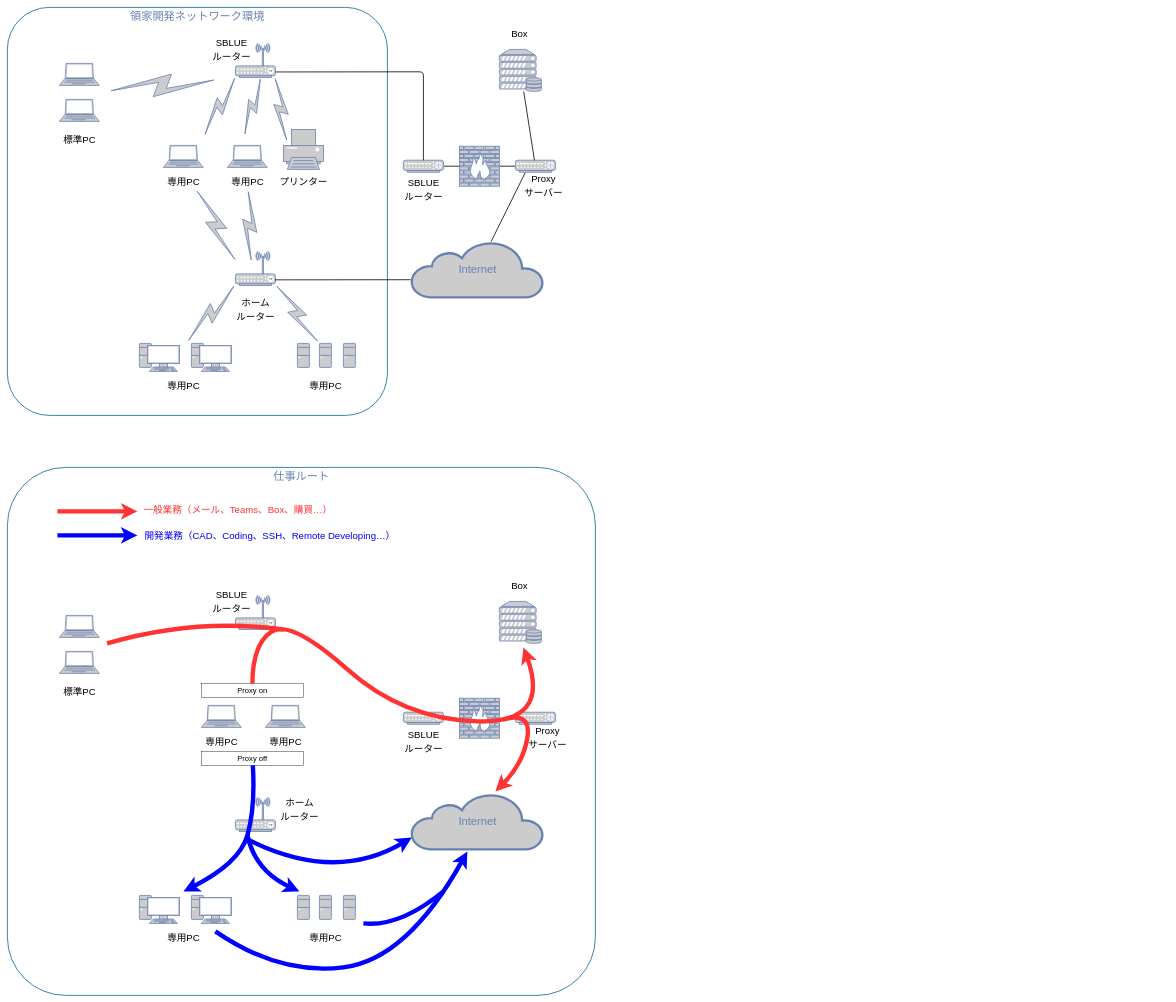
Shuiiku20/My-Project keeps this draw.io diagram as ネットワーク環境.drawio. Above is the earlier version. Source tidied: cells renumbered, new cells numbered last; positions are measured from the earlier drawing's top-left corner, leaving out a move shared by most shapes. Both pictures are drawn from the tidied source at 40%, with x=0, y=0 at pixel (7, 7).
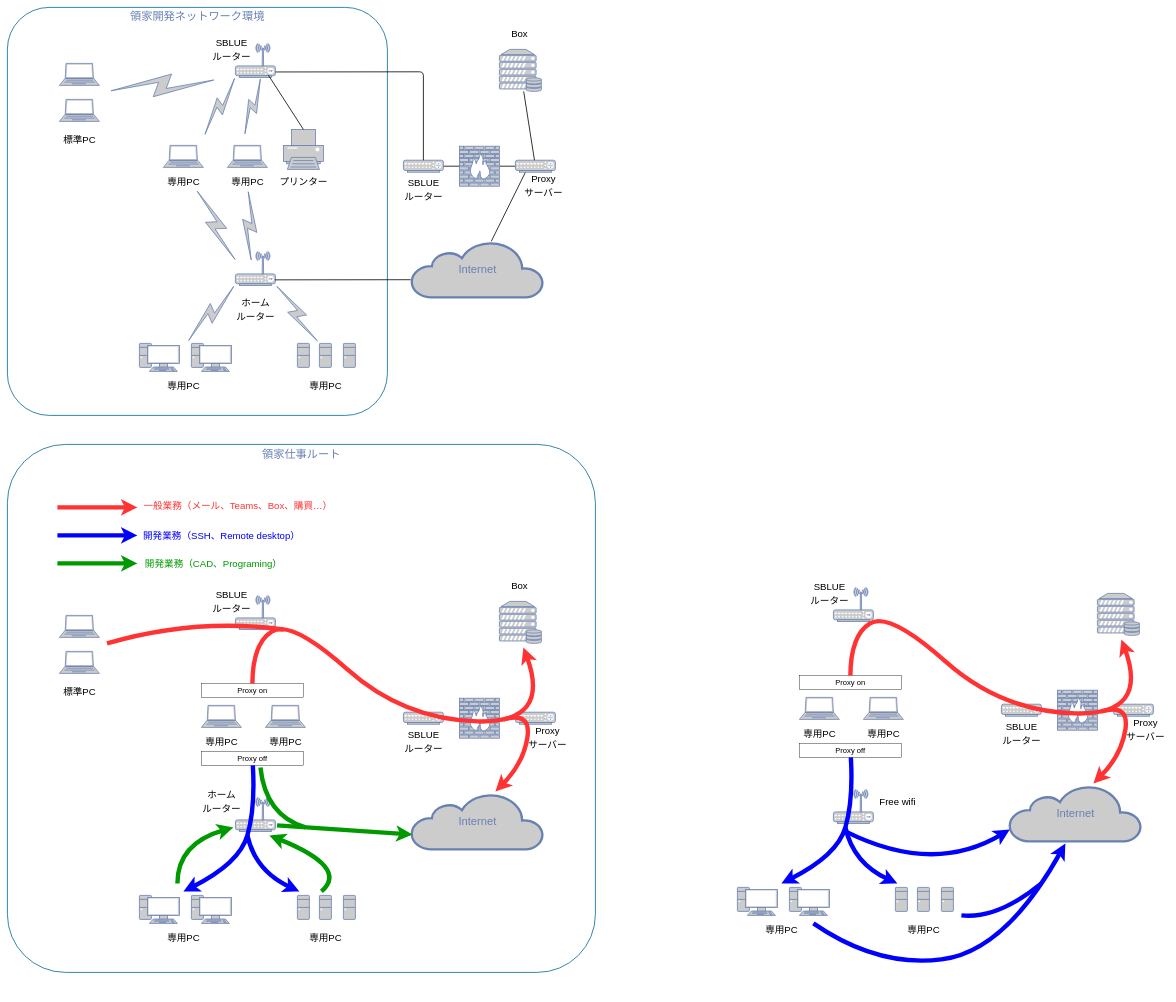
Above is the later version.

Commit message:
ネットワーク環境.drawio を更新します

Unchanged cells that the change refers to:
```xml
<mxCell id="8" style="fontColor=#0066CC;verticalAlign=top;verticalLabelPosition=bottom;labelPosition=center;align=center;html=1;fillColor=#CCCCCC;strokeColor=#6881B3;gradientColor=none;gradientDirection=north;strokeWidth=2;shape=mxgraph.networks.printer;rounded=0;shadow=0;comic=0;" parent="1" vertex="1">
  <mxGeometry x="690" y="305" width="100" height="100" as="geometry" />
</mxCell>
<mxCell id="9" style="fontColor=#0066CC;verticalAlign=top;verticalLabelPosition=bottom;labelPosition=center;align=center;html=1;fillColor=#CCCCCC;strokeColor=#6881B3;gradientColor=none;gradientDirection=north;strokeWidth=2;shape=mxgraph.networks.wireless_hub;rounded=0;shadow=0;comic=0;" parent="1" vertex="1">
  <mxGeometry x="570" y="90" width="100" height="85" as="geometry" />
</mxCell>
<mxCell id="49" style="fontColor=#0066CC;verticalAlign=top;verticalLabelPosition=bottom;labelPosition=center;align=center;html=1;fillColor=#CCCCCC;strokeColor=#6881B3;gradientColor=none;gradientDirection=north;strokeWidth=2;shape=mxgraph.networks.wireless_hub;rounded=0;shadow=0;comic=0;" parent="1" vertex="1">
  <mxGeometry x="570" y="1975" width="100" height="85" as="geometry" />
</mxCell>
<mxCell id="50" value="Internet" style="html=1;fillColor=#CCCCCC;strokeColor=#6881B3;gradientColor=none;gradientDirection=north;strokeWidth=2;shape=mxgraph.networks.cloud;fontColor=#6881B3;rounded=0;shadow=0;comic=0;align=center;fontSize=28;" parent="1" vertex="1">
  <mxGeometry x="1010" y="1965" width="330" height="140" as="geometry" />
</mxCell>
<mxCell id="73" value="&lt;font style=&quot;font-size: 19px;&quot;&gt;Proxy off&lt;/font&gt;" style="rounded=0;whiteSpace=wrap;html=1;" parent="1" vertex="1">
  <mxGeometry x="485" y="1860" width="255" height="35" as="geometry" />
</mxCell>
<mxCell id="84" style="endArrow=classic;html=1;rounded=0;strokeWidth=11;strokeColor=#0000FF;" parent="1" edge="1">
  <mxGeometry relative="1" as="geometry">
    <mxPoint x="125" y="1320" as="sourcePoint" />
    <mxPoint x="325" y="1320" as="targetPoint" />
  </mxGeometry>
</mxCell>
```

Diff of the diagram source:
```diff
@@
-    <mxCell id="2" value="仕事ルート" style="rounded=1;whiteSpace=wrap;html=1;shadow=0;comic=0;strokeColor=#036897;strokeWidth=2;fillColor=none;fontFamily=Verdana;fontSize=28;fontColor=#6881B3;align=center;arcSize=11;verticalAlign=top;" parent="1" vertex="1">
-      <mxGeometry y="1150" width="1470" height="1320" as="geometry" />
+    <mxCell id="2" value="領家仕事ルート" style="rounded=1;whiteSpace=wrap;html=1;shadow=0;comic=0;strokeColor=#036897;strokeWidth=2;fillColor=none;fontFamily=Verdana;fontSize=28;fontColor=#6881B3;align=center;arcSize=11;verticalAlign=top;" parent="1" vertex="1">
+      <mxGeometry y="1092.5" width="1470" height="1320" as="geometry" />
     </mxCell>
@@
-    <mxCell id="18" style="html=1;outlineConnect=0;fillColor=#CCCCCC;strokeColor=#6881B3;gradientColor=none;gradientDirection=north;strokeWidth=2;shape=mxgraph.networks.comm_link_edge;html=1;rounded=0;entryX=0.98;entryY=0.94;entryDx=0;entryDy=0;entryPerimeter=0;exitX=0.1;exitY=0.35;exitDx=0;exitDy=0;exitPerimeter=0;" parent="1" edge="1" source="8" target="9">
-      <mxGeometry relative="1" as="geometry">
-        <Array as="points">
-          <mxPoint x="668.3" y="280" />
-        </Array>
-      </mxGeometry>
-    </mxCell>
@@
     <mxCell id="60" value="&lt;p style=&quot;line-height: 50%;&quot;&gt;&lt;span style=&quot;background-color: initial;&quot;&gt;ホーム&lt;/span&gt;&lt;/p&gt;&lt;p style=&quot;line-height: 50%;&quot;&gt;&lt;span style=&quot;background-color: initial;&quot;&gt;ルーター&lt;/span&gt;&lt;/p&gt;" style="text;html=1;align=center;verticalAlign=middle;strokeColor=none;fillColor=none;fontSize=24;" parent="1" vertex="1">
-      <mxGeometry x="670" y="1950" width="120" height="110" as="geometry" />
+      <mxGeometry x="475" y="1930" width="120" height="110" as="geometry" />
     </mxCell>
@@
-    <mxCell id="78" style="curved=1;endArrow=classic;html=1;rounded=0;fontSize=12;textShadow=0;labelBorderColor=none;fillColor=#f8cecc;strokeColor=#0000FF;strokeWidth=11;" parent="1" edge="1">
-      <mxGeometry relative="1" as="geometry">
-        <mxPoint x="520" y="2310" as="sourcePoint" />
-        <mxPoint x="1150" y="2110" as="targetPoint" />
-        <Array as="points">
-          <mxPoint x="680" y="2420" />
-          <mxPoint x="1000" y="2380" />
-        </Array>
-      </mxGeometry>
-    </mxCell>
-    <mxCell id="79" style="curved=1;endArrow=none;html=1;rounded=0;fontSize=12;textShadow=0;labelBorderColor=none;fillColor=#f8cecc;strokeColor=#0000FF;strokeWidth=11;endFill=0;" parent="1" edge="1">
+    <mxCell id="79" style="curved=1;endArrow=classic;html=1;rounded=0;fontSize=12;textShadow=0;labelBorderColor=none;fillColor=#f8cecc;strokeColor=#009900;strokeWidth=11;endFill=1;" parent="1" edge="1">
       <mxGeometry relative="1" as="geometry">
-        <mxPoint x="890" y="2290" as="sourcePoint" />
-        <mxPoint x="1090" y="2210" as="targetPoint" />
+        <mxPoint x="785" y="2210" as="sourcePoint" />
+        <mxPoint x="655" y="2070" as="targetPoint" />
         <Array as="points">
-          <mxPoint x="980" y="2300" />
+          <mxPoint x="855" y="2150" />
         </Array>
       </mxGeometry>
     </mxCell>
-    <mxCell id="80" style="curved=1;endArrow=classic;html=1;rounded=0;fontSize=12;textShadow=0;labelBorderColor=none;fillColor=#f8cecc;strokeColor=#0000FF;strokeWidth=11;entryX=0.003;entryY=0.789;entryDx=0;entryDy=0;entryPerimeter=0;" parent="1" edge="1" target="50">
+    <mxCell id="80" style="curved=1;endArrow=none;html=1;rounded=0;fontSize=12;textShadow=0;labelBorderColor=none;fillColor=#f8cecc;strokeColor=#009900;strokeWidth=11;exitX=0.579;exitY=1.149;exitDx=0;exitDy=0;exitPerimeter=0;endFill=0;" parent="1" edge="1" source="73">
       <mxGeometry relative="1" as="geometry">
-        <mxPoint x="600" y="2080" as="sourcePoint" />
+        <mxPoint x="745" y="2050" as="targetPoint" />
         <Array as="points">
-          <mxPoint x="820" y="2190" />
+          <mxPoint x="645" y="2020" />
         </Array>
       </mxGeometry>
     </mxCell>
@@
     <mxCell id="82" style="endArrow=classic;html=1;rounded=0;strokeWidth=11;strokeColor=#FF3333;" parent="1" edge="1">
       <mxGeometry relative="1" as="geometry">
-        <mxPoint x="125" y="1260" as="sourcePoint" />
-        <mxPoint x="325" y="1260" as="targetPoint" />
+        <mxPoint x="125" y="1250" as="sourcePoint" />
+        <mxPoint x="325" y="1250" as="targetPoint" />
       </mxGeometry>
     </mxCell>
@@
-    <mxCell id="85" value="&lt;font color=&quot;#0000ff&quot; style=&quot;font-size: 24px;&quot;&gt;開発業務（CAD、Coding、SSH、Remote Developing…）&lt;/font&gt;" style="edgeLabel;html=1;align=center;verticalAlign=middle;" parent="84" vertex="1">
+    <mxCell id="85" value="&lt;font color=&quot;#0000ff&quot; style=&quot;font-size: 24px;&quot;&gt;開発業務（SSH、Remote desktop）&lt;/font&gt;" style="edgeLabel;html=1;align=center;verticalAlign=middle;" parent="84" vertex="1">
       <mxGeometry x="0.16" y="7" relative="1" as="geometry">
-        <mxPoint x="414" y="7" as="offset" />
+        <mxPoint x="293" y="7" as="offset" />
       </mxGeometry>
     </mxCell>
+    <mxCell id="18" style="edgeStyle=none;html=1;labelBackgroundColor=none;endArrow=none;endFill=0;strokeWidth=2;fontFamily=Verdana;fontSize=28;fontColor=#6881B3;exitX=0.5;exitY=0;exitDx=0;exitDy=0;exitPerimeter=0;entryX=0.825;entryY=0.935;entryDx=0;entryDy=0;entryPerimeter=0;" parent="1" edge="1" source="8" target="9">
+      <mxGeometry relative="1" as="geometry" />
+    </mxCell>
+    <mxCell id="86" style="fontColor=#0066CC;verticalAlign=top;verticalLabelPosition=bottom;labelPosition=center;align=center;html=1;fillColor=#CCCCCC;strokeColor=#6881B3;gradientColor=none;gradientDirection=north;strokeWidth=2;shape=mxgraph.networks.firewall;rounded=0;shadow=0;comic=0;" parent="1" vertex="1">
+      <mxGeometry x="2625" y="1707" width="100" height="100" as="geometry" />
+    </mxCell>
+    <mxCell id="87" style="fontColor=#0066CC;verticalAlign=top;verticalLabelPosition=bottom;labelPosition=center;align=center;html=1;fillColor=#CCCCCC;strokeColor=#6881B3;gradientColor=none;gradientDirection=north;strokeWidth=2;shape=mxgraph.networks.router;rounded=0;shadow=0;comic=0;" parent="1" vertex="1">
+      <mxGeometry x="2485" y="1742" width="100" height="30" as="geometry" />
+    </mxCell>
+    <mxCell id="88" style="fontColor=#0066CC;verticalAlign=top;verticalLabelPosition=bottom;labelPosition=center;align=center;html=1;fillColor=#CCCCCC;strokeColor=#6881B3;gradientColor=none;gradientDirection=north;strokeWidth=2;shape=mxgraph.networks.wireless_hub;rounded=0;shadow=0;comic=0;" parent="1" vertex="1">
+      <mxGeometry x="2065" y="1450" width="100" height="85" as="geometry" />
+    </mxCell>
+    <mxCell id="89" style="fontColor=#0066CC;verticalAlign=top;verticalLabelPosition=bottom;labelPosition=center;align=center;html=1;fillColor=#CCCCCC;strokeColor=#6881B3;gradientColor=none;gradientDirection=north;strokeWidth=2;shape=mxgraph.networks.wireless_hub;rounded=0;shadow=0;comic=0;" parent="1" vertex="1">
+      <mxGeometry x="2065" y="1955" width="100" height="85" as="geometry" />
+    </mxCell>
+    <mxCell id="90" value="Internet" style="html=1;fillColor=#CCCCCC;strokeColor=#6881B3;gradientColor=none;gradientDirection=north;strokeWidth=2;shape=mxgraph.networks.cloud;fontColor=#6881B3;rounded=0;shadow=0;comic=0;align=center;fontSize=28;" parent="1" vertex="1">
+      <mxGeometry x="2505" y="1945" width="330" height="140" as="geometry" />
+    </mxCell>
+    <mxCell id="91" style="fontColor=#0066CC;verticalAlign=top;verticalLabelPosition=bottom;labelPosition=center;align=center;html=1;fillColor=#CCCCCC;strokeColor=#6881B3;gradientColor=none;gradientDirection=north;strokeWidth=2;shape=mxgraph.networks.router;rounded=0;shadow=0;comic=0;" parent="1" vertex="1">
+      <mxGeometry x="2765" y="1742" width="100" height="30" as="geometry" />
+    </mxCell>
+    <mxCell id="92" style="fontColor=#0066CC;verticalAlign=top;verticalLabelPosition=bottom;labelPosition=center;align=center;html=1;fillColor=#CCCCCC;strokeColor=#6881B3;gradientColor=none;gradientDirection=north;strokeWidth=2;shape=mxgraph.networks.server_storage;rounded=0;shadow=0;comic=0;" parent="1" vertex="1">
+      <mxGeometry x="2725" y="1465" width="105" height="105" as="geometry" />
+    </mxCell>
+    <mxCell id="93" value="&lt;p style=&quot;line-height: 100%;&quot;&gt;専用PC&lt;br&gt;&lt;/p&gt;" style="text;html=1;align=center;verticalAlign=middle;strokeColor=none;fillColor=none;fontSize=24;" parent="1" vertex="1">
+      <mxGeometry x="2140" y="1770" width="100" height="90" as="geometry" />
+    </mxCell>
+    <mxCell id="94" value="&lt;p style=&quot;line-height: 100%;&quot;&gt;専用PC&lt;br&gt;&lt;/p&gt;" style="text;html=1;align=center;verticalAlign=middle;strokeColor=none;fillColor=none;fontSize=24;" parent="1" vertex="1">
+      <mxGeometry x="1980" y="1770" width="100" height="90" as="geometry" />
+    </mxCell>
+    <mxCell id="95" value="&lt;p style=&quot;line-height: 50%;&quot;&gt;SBLUE&lt;/p&gt;&lt;p style=&quot;line-height: 50%;&quot;&gt;ルーター&lt;/p&gt;" style="text;html=1;align=center;verticalAlign=middle;strokeColor=none;fillColor=none;fontSize=24;" parent="1" vertex="1">
+      <mxGeometry x="1995" y="1410" width="120" height="110" as="geometry" />
+    </mxCell>
+    <mxCell id="96" value="&lt;p style=&quot;line-height: 50%;&quot;&gt;SBLUE&lt;/p&gt;&lt;p style=&quot;line-height: 50%;&quot;&gt;ルーター&lt;br&gt;&lt;/p&gt;" style="text;html=1;align=center;verticalAlign=middle;strokeColor=none;fillColor=none;fontSize=24;" parent="1" vertex="1">
+      <mxGeometry x="2475" y="1760" width="120" height="110" as="geometry" />
+    </mxCell>
+    <mxCell id="97" value="&lt;p style=&quot;line-height: 50%;&quot;&gt;Proxy&lt;/p&gt;&lt;p style=&quot;line-height: 50%;&quot;&gt;サーバー&lt;/p&gt;" style="text;html=1;align=center;verticalAlign=middle;strokeColor=none;fillColor=none;fontSize=24;" parent="1" vertex="1">
+      <mxGeometry x="2785" y="1750" width="120" height="110" as="geometry" />
+    </mxCell>
+    <mxCell id="98" value="&lt;p style=&quot;line-height: 50%;&quot;&gt;Free wifi&lt;/p&gt;" style="text;html=1;align=center;verticalAlign=middle;strokeColor=none;fillColor=none;fontSize=24;" parent="1" vertex="1">
+      <mxGeometry x="2170" y="1950" width="110" height="70" as="geometry" />
+    </mxCell>
+    <mxCell id="99" style="fontColor=#0066CC;verticalAlign=top;verticalLabelPosition=bottom;labelPosition=center;align=center;html=1;fillColor=#CCCCCC;strokeColor=#6881B3;gradientColor=none;gradientDirection=north;strokeWidth=2;shape=mxgraph.networks.pc;" parent="1" vertex="1">
+      <mxGeometry x="1825" y="2200" width="100" height="70" as="geometry" />
+    </mxCell>
+    <mxCell id="100" style="fontColor=#0066CC;verticalAlign=top;verticalLabelPosition=bottom;labelPosition=center;align=center;html=1;fillColor=#CCCCCC;strokeColor=#6881B3;gradientColor=none;gradientDirection=north;strokeWidth=2;shape=mxgraph.networks.desktop_pc;" parent="1" vertex="1">
+      <mxGeometry x="2220" y="2200" width="30" height="60" as="geometry" />
+    </mxCell>
+    <mxCell id="101" style="fontColor=#0066CC;verticalAlign=top;verticalLabelPosition=bottom;labelPosition=center;align=center;html=1;fillColor=#CCCCCC;strokeColor=#6881B3;gradientColor=none;gradientDirection=north;strokeWidth=2;shape=mxgraph.networks.laptop;" parent="1" vertex="1">
+      <mxGeometry x="1980" y="1725" width="100" height="55" as="geometry" />
+    </mxCell>
+    <mxCell id="102" style="fontColor=#0066CC;verticalAlign=top;verticalLabelPosition=bottom;labelPosition=center;align=center;html=1;fillColor=#CCCCCC;strokeColor=#6881B3;gradientColor=none;gradientDirection=north;strokeWidth=2;shape=mxgraph.networks.laptop;" parent="1" vertex="1">
+      <mxGeometry x="2140" y="1725" width="100" height="55" as="geometry" />
+    </mxCell>
+    <mxCell id="103" value="&lt;p style=&quot;line-height: 100%;&quot;&gt;専用PC&lt;br&gt;&lt;/p&gt;" style="text;html=1;align=center;verticalAlign=middle;strokeColor=none;fillColor=none;fontSize=24;" parent="1" vertex="1">
+      <mxGeometry x="1885" y="2260" width="100" height="90" as="geometry" />
+    </mxCell>
+    <mxCell id="104" value="&lt;p style=&quot;line-height: 100%;&quot;&gt;専用PC&lt;br&gt;&lt;/p&gt;" style="text;html=1;align=center;verticalAlign=middle;strokeColor=none;fillColor=none;fontSize=24;" parent="1" vertex="1">
+      <mxGeometry x="2240" y="2260" width="100" height="90" as="geometry" />
+    </mxCell>
+    <mxCell id="105" style="fontColor=#0066CC;verticalAlign=top;verticalLabelPosition=bottom;labelPosition=center;align=center;html=1;fillColor=#CCCCCC;strokeColor=#6881B3;gradientColor=none;gradientDirection=north;strokeWidth=2;shape=mxgraph.networks.pc;" parent="1" vertex="1">
+      <mxGeometry x="1955" y="2200" width="100" height="70" as="geometry" />
+    </mxCell>
+    <mxCell id="106" style="fontColor=#0066CC;verticalAlign=top;verticalLabelPosition=bottom;labelPosition=center;align=center;html=1;fillColor=#CCCCCC;strokeColor=#6881B3;gradientColor=none;gradientDirection=north;strokeWidth=2;shape=mxgraph.networks.desktop_pc;" parent="1" vertex="1">
+      <mxGeometry x="2275" y="2200" width="30" height="60" as="geometry" />
+    </mxCell>
+    <mxCell id="107" style="fontColor=#0066CC;verticalAlign=top;verticalLabelPosition=bottom;labelPosition=center;align=center;html=1;fillColor=#CCCCCC;strokeColor=#6881B3;gradientColor=none;gradientDirection=north;strokeWidth=2;shape=mxgraph.networks.desktop_pc;" parent="1" vertex="1">
+      <mxGeometry x="2335" y="2200" width="30" height="60" as="geometry" />
+    </mxCell>
+    <mxCell id="108" value="&lt;font style=&quot;font-size: 19px;&quot;&gt;Proxy on&lt;/font&gt;" style="rounded=0;whiteSpace=wrap;html=1;" parent="1" vertex="1">
+      <mxGeometry x="1980" y="1670" width="255" height="35" as="geometry" />
+    </mxCell>
+    <mxCell id="109" value="&lt;font style=&quot;font-size: 19px;&quot;&gt;Proxy off&lt;/font&gt;" style="rounded=0;whiteSpace=wrap;html=1;" parent="1" vertex="1">
+      <mxGeometry x="1980" y="1840" width="255" height="35" as="geometry" />
+    </mxCell>
+    <mxCell id="110" style="curved=1;endArrow=classic;html=1;rounded=0;exitX=0.5;exitY=0;exitDx=0;exitDy=0;fontSize=12;textShadow=0;labelBorderColor=none;fillColor=#f8cecc;strokeColor=#FF3333;strokeWidth=11;" parent="1" edge="1">
+      <mxGeometry relative="1" as="geometry">
+        <mxPoint x="2107.5" y="1670" as="sourcePoint" />
+        <mxPoint x="2785" y="1580" as="targetPoint" />
+        <Array as="points">
+          <mxPoint x="2108" y="1570" />
+          <mxPoint x="2205" y="1510" />
+          <mxPoint x="2485" y="1760" />
+          <mxPoint x="2855" y="1770" />
+        </Array>
+      </mxGeometry>
+    </mxCell>
+    <mxCell id="111" style="curved=1;endArrow=classic;html=1;rounded=0;fontSize=12;textShadow=0;labelBorderColor=none;fillColor=#f8cecc;strokeColor=#FF3333;strokeWidth=11;" parent="1" edge="1">
+      <mxGeometry relative="1" as="geometry">
+        <mxPoint x="2735" y="1760" as="sourcePoint" />
+        <mxPoint x="2715" y="1940" as="targetPoint" />
+        <Array as="points">
+          <mxPoint x="2805" y="1740" />
+          <mxPoint x="2785" y="1870" />
+        </Array>
+      </mxGeometry>
+    </mxCell>
+    <mxCell id="112" style="curved=1;endArrow=classic;html=1;rounded=0;fontSize=12;textShadow=0;labelBorderColor=none;fillColor=#f8cecc;strokeColor=#0000FF;strokeWidth=11;" parent="1" edge="1" source="109">
+      <mxGeometry relative="1" as="geometry">
+        <mxPoint x="1935" y="2190" as="targetPoint" />
+        <Array as="points">
+          <mxPoint x="2115" y="1980" />
+          <mxPoint x="2075" y="2120" />
+        </Array>
+      </mxGeometry>
+    </mxCell>
+    <mxCell id="113" style="curved=1;endArrow=classic;html=1;rounded=0;fontSize=12;textShadow=0;labelBorderColor=none;fillColor=#f8cecc;strokeColor=#0000FF;strokeWidth=11;" parent="1" edge="1">
+      <mxGeometry relative="1" as="geometry">
+        <mxPoint x="2095" y="2050" as="sourcePoint" />
+        <mxPoint x="2225" y="2190" as="targetPoint" />
+        <Array as="points">
+          <mxPoint x="2115" y="2140" />
+        </Array>
+      </mxGeometry>
+    </mxCell>
+    <mxCell id="114" style="curved=1;endArrow=classic;html=1;rounded=0;fontSize=12;textShadow=0;labelBorderColor=none;fillColor=#f8cecc;strokeColor=#0000FF;strokeWidth=11;" parent="1" edge="1">
+      <mxGeometry relative="1" as="geometry">
+        <mxPoint x="2015" y="2290" as="sourcePoint" />
+        <mxPoint x="2645" y="2090" as="targetPoint" />
+        <Array as="points">
+          <mxPoint x="2175" y="2400" />
+          <mxPoint x="2495" y="2360" />
+        </Array>
+      </mxGeometry>
+    </mxCell>
+    <mxCell id="115" style="curved=1;endArrow=none;html=1;rounded=0;fontSize=12;textShadow=0;labelBorderColor=none;fillColor=#f8cecc;strokeColor=#0000FF;strokeWidth=11;endFill=0;" parent="1" edge="1">
+      <mxGeometry relative="1" as="geometry">
+        <mxPoint x="2385" y="2270" as="sourcePoint" />
+        <mxPoint x="2585" y="2190" as="targetPoint" />
+        <Array as="points">
+          <mxPoint x="2475" y="2280" />
+        </Array>
+      </mxGeometry>
+    </mxCell>
+    <mxCell id="116" style="curved=1;endArrow=classic;html=1;rounded=0;fontSize=12;textShadow=0;labelBorderColor=none;fillColor=#f8cecc;strokeColor=#0000FF;strokeWidth=11;entryX=0.003;entryY=0.789;entryDx=0;entryDy=0;entryPerimeter=0;" parent="1" edge="1" target="90">
+      <mxGeometry relative="1" as="geometry">
+        <mxPoint x="2095" y="2060" as="sourcePoint" />
+        <Array as="points">
+          <mxPoint x="2315" y="2170" />
+        </Array>
+      </mxGeometry>
+    </mxCell>
+    <mxCell id="117" style="curved=1;endArrow=classic;html=1;rounded=0;fontSize=12;textShadow=0;labelBorderColor=none;fillColor=#f8cecc;strokeColor=#009900;strokeWidth=11;endFill=1;" parent="1" edge="1">
+      <mxGeometry relative="1" as="geometry">
+        <mxPoint x="425" y="2190" as="sourcePoint" />
+        <mxPoint x="565" y="2050" as="targetPoint" />
+        <Array as="points">
+          <mxPoint x="425" y="2090" />
+        </Array>
+      </mxGeometry>
+    </mxCell>
+    <mxCell id="118" style="endArrow=classic;html=1;rounded=0;exitX=1.041;exitY=0.822;exitDx=0;exitDy=0;exitPerimeter=0;entryX=0.008;entryY=0.735;entryDx=0;entryDy=0;entryPerimeter=0;strokeWidth=11;strokeColor=#009900;" parent="1" edge="1" source="49" target="50">
+      <mxGeometry relative="1" as="geometry" />
+    </mxCell>
+    <mxCell id="119" style="endArrow=classic;html=1;rounded=0;strokeWidth=11;strokeColor=#009900;" parent="1" edge="1">
+      <mxGeometry relative="1" as="geometry">
+        <mxPoint x="125" y="1390" as="sourcePoint" />
+        <mxPoint x="325" y="1390" as="targetPoint" />
+      </mxGeometry>
+    </mxCell>
+    <mxCell id="120" value="&lt;font style=&quot;font-size: 24px;&quot;&gt;開発業務（CAD、Programing）&lt;/font&gt;" style="edgeLabel;html=1;align=center;verticalAlign=middle;fontColor=#009900;" parent="119" vertex="1">
+      <mxGeometry x="0.16" y="7" relative="1" as="geometry">
+        <mxPoint x="273" y="7" as="offset" />
+      </mxGeometry>
+    </mxCell>
```
